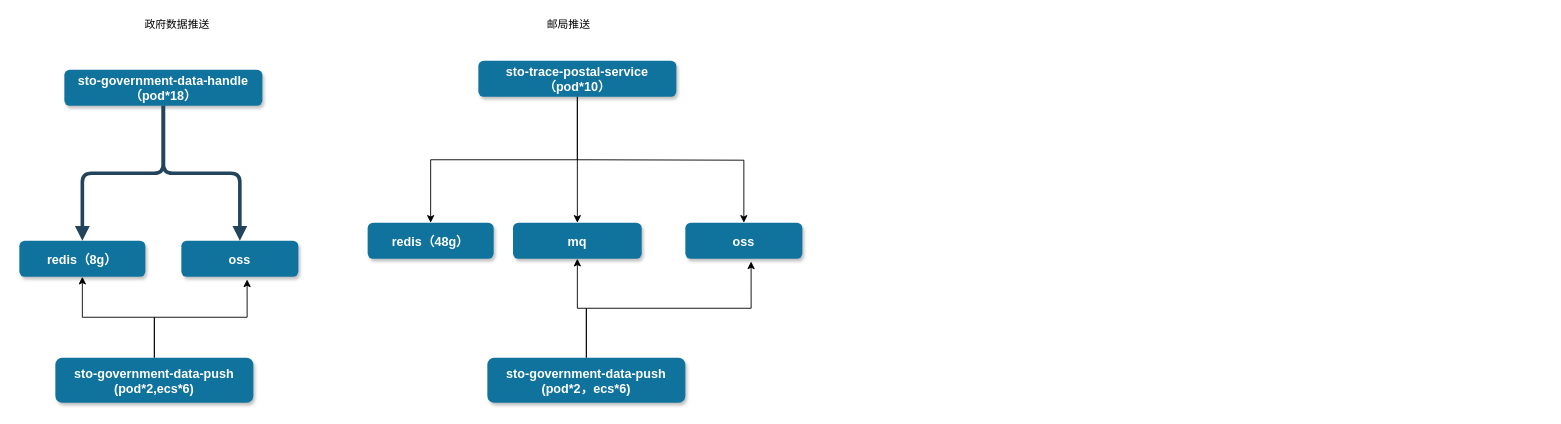
The draw.io diagram code/default/Untitled Diagram.drawio in gemeng091/XX-Net, before the edit. Source tidied: cells renumbered, new cells numbered last; positions are measured from the earlier drawing's top-left corner, leaving out a move shared by most shapes. Both pictures are drawn from the tidied source at 90%, with x=0, y=0 at pixel (19, 15).
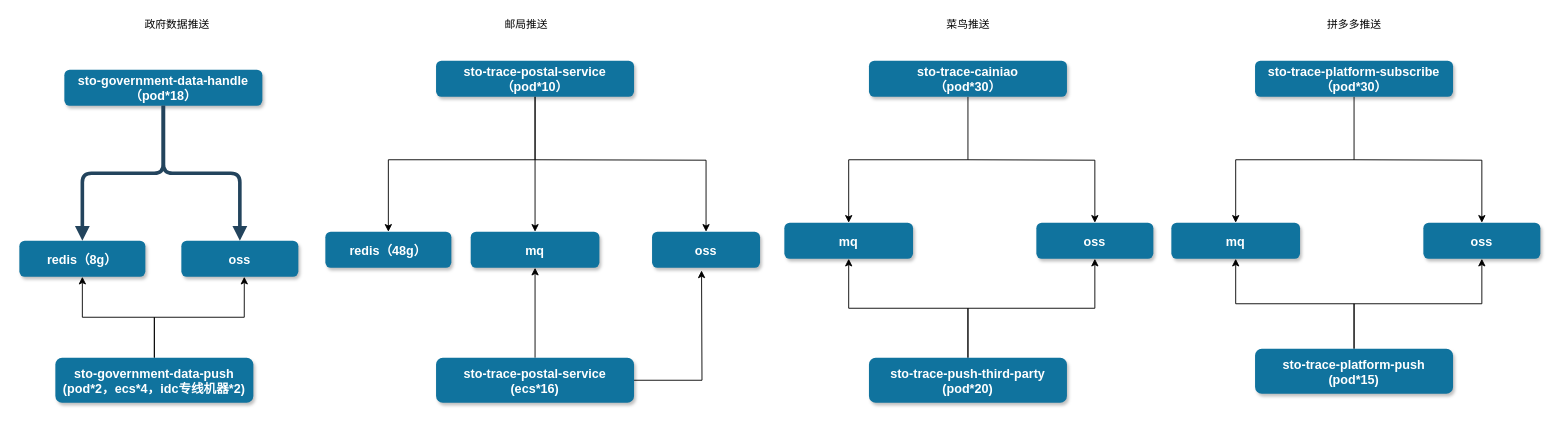
The same page after the edit.

Unchanged cells that the change refers to:
```xml
<mxCell id="13" value="oss" style="rounded=1;fillColor=#10739E;strokeColor=none;shadow=1;gradientColor=none;fontStyle=1;fontColor=#FFFFFF;fontSize=14;" parent="1" vertex="1">
  <mxGeometry x="180" y="250" width="130" height="40" as="geometry" />
</mxCell>
```

What changed in the source:
```diff
@@
     <mxCell id="3" value="sto-trace-postal-service&#10;（pod*10）" style="rounded=1;fillColor=#10739E;strokeColor=none;shadow=1;gradientColor=none;fontStyle=1;fontColor=#FFFFFF;fontSize=14;" parent="1" vertex="1">
-      <mxGeometry x="510" y="50" width="220" height="40" as="geometry" />
+      <mxGeometry x="463" y="50" width="220" height="40" as="geometry" />
     </mxCell>
     <mxCell id="4" value="oss" style="rounded=1;fillColor=#10739E;strokeColor=none;shadow=1;gradientColor=none;fontStyle=1;fontColor=#FFFFFF;fontSize=14;" parent="1" vertex="1">
-      <mxGeometry x="740" y="230" width="130" height="40" as="geometry" />
+      <mxGeometry x="703" y="240" width="120" height="40" as="geometry" />
     </mxCell>
     <mxCell id="5" value="redis（48g）" style="rounded=1;fillColor=#10739E;strokeColor=none;shadow=1;gradientColor=none;fontStyle=1;fontColor=#FFFFFF;fontSize=14;" parent="1" vertex="1">
-      <mxGeometry x="387" y="230" width="140" height="40" as="geometry" />
+      <mxGeometry x="340" y="240" width="140" height="40" as="geometry" />
     </mxCell>
@@
-    <mxCell id="7" style="edgeStyle=orthogonalEdgeStyle;rounded=0;jettySize=auto;html=1;entryX=0.562;entryY=1.075;entryDx=0;entryDy=0;entryPerimeter=0;" parent="1" edge="1" source="8" target="4">
-      <mxGeometry relative="1" as="geometry" />
+    <mxCell id="7" style="edgeStyle=orthogonalEdgeStyle;rounded=0;jettySize=auto;html=1;" parent="1" edge="1" source="8">
+      <mxGeometry relative="1" as="geometry">
+        <mxPoint x="758" y="283" as="targetPoint" />
+      </mxGeometry>
     </mxCell>
-    <mxCell id="8" value="sto-government-data-push&#10;(pod*2，ecs*6)" style="rounded=1;fillColor=#10739E;strokeColor=none;shadow=1;gradientColor=none;fontStyle=1;fontColor=#FFFFFF;fontSize=14;" parent="1" vertex="1">
-      <mxGeometry x="520" y="380" width="220" height="50" as="geometry" />
+    <mxCell id="8" value="sto-trace-postal-service&#10;(ecs*16)" style="rounded=1;fillColor=#10739E;strokeColor=none;shadow=1;gradientColor=none;fontStyle=1;fontColor=#FFFFFF;fontSize=14;" parent="1" vertex="1">
+      <mxGeometry x="463" y="380" width="220" height="50" as="geometry" />
     </mxCell>
     <mxCell id="9" style="text;html=1;align=center;verticalAlign=middle;" parent="1" vertex="1">
-      <mxGeometry x="520" y="50" width="20" height="20" as="geometry" />
+      <mxGeometry x="473" y="50" width="20" height="20" as="geometry" />
     </mxCell>
@@
     <mxCell id="11" style="text;html=1;align=center;verticalAlign=middle;" parent="1" vertex="1">
-      <mxGeometry x="620" y="90" width="20" height="20" as="geometry" />
+      <mxGeometry x="573" y="90" width="20" height="20" as="geometry" />
     </mxCell>
@@
-    <mxCell id="18" style="edgeStyle=orthogonalEdgeStyle;rounded=0;jettySize=auto;html=1;entryX=0.562;entryY=1.075;entryDx=0;entryDy=0;entryPerimeter=0;" parent="1" edge="1" source="19" target="13">
+    <mxCell id="18" style="edgeStyle=orthogonalEdgeStyle;rounded=0;jettySize=auto;html=1;entryX=0.538;entryY=1;entryDx=0;entryDy=0;entryPerimeter=0;" parent="1" edge="1" source="19" target="13">
       <mxGeometry relative="1" as="geometry" />
     </mxCell>
-    <mxCell id="19" value="sto-government-data-push&#10;(pod*2,ecs*6)" style="rounded=1;fillColor=#10739E;strokeColor=none;shadow=1;gradientColor=none;fontStyle=1;fontColor=#FFFFFF;fontSize=14;" parent="1" vertex="1">
+    <mxCell id="19" value="sto-government-data-push&#10;(pod*2，ecs*4，idc专线机器*2)" style="rounded=1;fillColor=#10739E;strokeColor=none;shadow=1;gradientColor=none;fontStyle=1;fontColor=#FFFFFF;fontSize=14;" parent="1" vertex="1">
       <mxGeometry x="40" y="380" width="220" height="50" as="geometry" />
     </mxCell>
@@
     <mxCell id="21" value="邮局推送" style="text;html=1;align=center;verticalAlign=middle;" parent="1" vertex="1">
-      <mxGeometry x="580" width="60" height="20" as="geometry" />
+      <mxGeometry x="533" width="60" height="20" as="geometry" />
     </mxCell>
     <mxCell id="22" value="mq" style="rounded=1;fillColor=#10739E;strokeColor=none;shadow=1;gradientColor=none;fontStyle=1;fontColor=#FFFFFF;fontSize=14;" parent="1" vertex="1">
-      <mxGeometry x="548.5" y="230" width="143" height="40" as="geometry" />
+      <mxGeometry x="501.5" y="240" width="143" height="40" as="geometry" />
     </mxCell>
     <mxCell id="23" style="edgeStyle=orthogonalEdgeStyle;rounded=0;jettySize=auto;html=1;entryX=0.5;entryY=0;entryDx=0;entryDy=0;exitX=0.5;exitY=1;exitDx=0;exitDy=0;" parent="1" edge="1" source="3" target="5">
-      <mxGeometry relative="1" as="geometry" />
+      <mxGeometry relative="1" as="geometry">
+        <Array as="points">
+          <mxPoint x="573" y="160" />
+          <mxPoint x="410" y="160" />
+        </Array>
+      </mxGeometry>
     </mxCell>
     <mxCell id="24" style="edgeStyle=orthogonalEdgeStyle;rounded=0;jettySize=auto;html=1;entryX=0.5;entryY=0;entryDx=0;entryDy=0;" parent="1" edge="1" target="4">
       <mxGeometry relative="1" as="geometry">
-        <mxPoint x="620" y="160" as="sourcePoint" />
+        <mxPoint x="573" y="160" as="sourcePoint" />
       </mxGeometry>
     </mxCell>
+    <mxCell id="25" style="edgeStyle=orthogonalEdgeStyle;rounded=0;jettySize=auto;html=1;entryX=0.5;entryY=0;entryDx=0;entryDy=0;" parent="1" edge="1" source="26" target="34">
+      <mxGeometry relative="1" as="geometry" />
+    </mxCell>
+    <mxCell id="26" value="sto-trace-cainiao&#10;（pod*30）" style="rounded=1;fillColor=#10739E;strokeColor=none;shadow=1;gradientColor=none;fontStyle=1;fontColor=#FFFFFF;fontSize=14;" parent="1" vertex="1">
+      <mxGeometry x="944" y="50" width="220" height="40" as="geometry" />
+    </mxCell>
+    <mxCell id="27" value="oss" style="rounded=1;fillColor=#10739E;strokeColor=none;shadow=1;gradientColor=none;fontStyle=1;fontColor=#FFFFFF;fontSize=14;" parent="1" vertex="1">
+      <mxGeometry x="1130" y="230" width="130" height="40" as="geometry" />
+    </mxCell>
+    <mxCell id="28" style="edgeStyle=orthogonalEdgeStyle;rounded=0;jettySize=auto;html=1;entryX=0.5;entryY=1;entryDx=0;entryDy=0;exitX=0.5;exitY=0;exitDx=0;exitDy=0;" parent="1" edge="1" source="30" target="34">
+      <mxGeometry relative="1" as="geometry" />
+    </mxCell>
+    <mxCell id="29" style="edgeStyle=orthogonalEdgeStyle;rounded=0;jettySize=auto;html=1;exitX=0.5;exitY=0;exitDx=0;exitDy=0;entryX=0.5;entryY=1;entryDx=0;entryDy=0;" parent="1" edge="1" source="30" target="27">
+      <mxGeometry relative="1" as="geometry" />
+    </mxCell>
+    <mxCell id="30" value="sto-trace-push-third-party&#10;(pod*20)" style="rounded=1;fillColor=#10739E;strokeColor=none;shadow=1;gradientColor=none;fontStyle=1;fontColor=#FFFFFF;fontSize=14;" parent="1" vertex="1">
+      <mxGeometry x="944" y="380" width="220" height="50" as="geometry" />
+    </mxCell>
+    <mxCell id="31" style="text;html=1;align=center;verticalAlign=middle;" parent="1" vertex="1">
+      <mxGeometry x="954" y="50" width="20" height="20" as="geometry" />
+    </mxCell>
+    <mxCell id="32" style="text;html=1;align=center;verticalAlign=middle;" parent="1" vertex="1">
+      <mxGeometry x="1054" y="90" width="20" height="20" as="geometry" />
+    </mxCell>
+    <mxCell id="33" value="菜鸟推送" style="text;html=1;align=center;verticalAlign=middle;" parent="1" vertex="1">
+      <mxGeometry x="1024" width="60" height="20" as="geometry" />
+    </mxCell>
+    <mxCell id="34" value="mq" style="rounded=1;fillColor=#10739E;strokeColor=none;shadow=1;gradientColor=none;fontStyle=1;fontColor=#FFFFFF;fontSize=14;" parent="1" vertex="1">
+      <mxGeometry x="850" y="230" width="143" height="40" as="geometry" />
+    </mxCell>
+    <mxCell id="35" style="edgeStyle=orthogonalEdgeStyle;rounded=0;jettySize=auto;html=1;entryX=0.5;entryY=0;entryDx=0;entryDy=0;" parent="1" edge="1" target="27">
+      <mxGeometry relative="1" as="geometry">
+        <mxPoint x="1054" y="160" as="sourcePoint" />
+      </mxGeometry>
+    </mxCell>
+    <mxCell id="36" style="edgeStyle=orthogonalEdgeStyle;rounded=0;jettySize=auto;html=1;entryX=0.5;entryY=0;entryDx=0;entryDy=0;" parent="1" edge="1" source="37" target="45">
+      <mxGeometry relative="1" as="geometry" />
+    </mxCell>
+    <mxCell id="37" value="sto-trace-platform-subscribe&#10;（pod*30）" style="rounded=1;fillColor=#10739E;strokeColor=none;shadow=1;gradientColor=none;fontStyle=1;fontColor=#FFFFFF;fontSize=14;" parent="1" vertex="1">
+      <mxGeometry x="1373" y="50" width="220" height="40" as="geometry" />
+    </mxCell>
+    <mxCell id="38" value="oss" style="rounded=1;fillColor=#10739E;strokeColor=none;shadow=1;gradientColor=none;fontStyle=1;fontColor=#FFFFFF;fontSize=14;" parent="1" vertex="1">
+      <mxGeometry x="1560" y="230" width="130" height="40" as="geometry" />
+    </mxCell>
+    <mxCell id="39" style="edgeStyle=orthogonalEdgeStyle;rounded=0;jettySize=auto;html=1;entryX=0.5;entryY=1;entryDx=0;entryDy=0;exitX=0.5;exitY=0;exitDx=0;exitDy=0;" parent="1" edge="1" source="41" target="45">
+      <mxGeometry relative="1" as="geometry" />
+    </mxCell>
+    <mxCell id="40" style="edgeStyle=orthogonalEdgeStyle;rounded=0;jettySize=auto;html=1;entryX=0.5;entryY=1;entryDx=0;entryDy=0;" parent="1" edge="1" source="41" target="38">
+      <mxGeometry relative="1" as="geometry" />
+    </mxCell>
+    <mxCell id="41" value="sto-trace-platform-push&#10;(pod*15)" style="rounded=1;fillColor=#10739E;strokeColor=none;shadow=1;gradientColor=none;fontStyle=1;fontColor=#FFFFFF;fontSize=14;" parent="1" vertex="1">
+      <mxGeometry x="1373" y="370" width="220" height="50" as="geometry" />
+    </mxCell>
+    <mxCell id="42" style="text;html=1;align=center;verticalAlign=middle;" parent="1" vertex="1">
+      <mxGeometry x="1383" y="50" width="20" height="20" as="geometry" />
+    </mxCell>
+    <mxCell id="43" style="text;html=1;align=center;verticalAlign=middle;" parent="1" vertex="1">
+      <mxGeometry x="1483" y="90" width="20" height="20" as="geometry" />
+    </mxCell>
+    <mxCell id="44" value="拼多多推送" style="text;html=1;align=center;verticalAlign=middle;" parent="1" vertex="1">
+      <mxGeometry x="1443" width="80" height="20" as="geometry" />
+    </mxCell>
+    <mxCell id="45" value="mq" style="rounded=1;fillColor=#10739E;strokeColor=none;shadow=1;gradientColor=none;fontStyle=1;fontColor=#FFFFFF;fontSize=14;" parent="1" vertex="1">
+      <mxGeometry x="1280" y="230" width="143" height="40" as="geometry" />
+    </mxCell>
+    <mxCell id="46" style="edgeStyle=orthogonalEdgeStyle;rounded=0;jettySize=auto;html=1;entryX=0.5;entryY=0;entryDx=0;entryDy=0;" parent="1" edge="1" target="38">
+      <mxGeometry relative="1" as="geometry">
+        <mxPoint x="1483" y="160" as="sourcePoint" />
+      </mxGeometry>
+    </mxCell>
```
